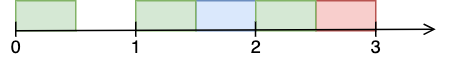
jiayihu/SRT keeps this draw.io diagram as report/images/timeline-flatten.png. Above is the earlier version. Source tidied: cells renumbered, new cells last; positions are measured from the earlier drawing's top-left corner, leaving out a move shared by most shapes. Its diagram source:
```xml
<mxGraphModel>
  <root>
    <mxCell id="0" />
    <mxCell id="1" parent="0" />
    <mxCell id="2" value="1" style="text;html=1;align=center;verticalAlign=middle;" parent="1" vertex="1">
      <mxGeometry x="80" y="20" width="20" height="20" as="geometry" />
    </mxCell>
    <mxCell id="3" value="2" style="text;html=1;align=center;verticalAlign=middle;" parent="1" vertex="1">
      <mxGeometry x="160" y="20" width="20" height="20" as="geometry" />
    </mxCell>
    <mxCell id="4" value="3" style="text;html=1;align=center;verticalAlign=middle;" parent="1" vertex="1">
      <mxGeometry x="240" y="20" width="20" height="20" as="geometry" />
    </mxCell>
    <mxCell id="5" style="whiteSpace=wrap;html=1;fillColor=#f8cecc;strokeColor=#b85450;" parent="1" vertex="1">
      <mxGeometry x="210" width="40" height="20" as="geometry" />
    </mxCell>
    <mxCell id="6" style="whiteSpace=wrap;html=1;fillColor=#dae8fc;strokeColor=#6c8ebf;" parent="1" vertex="1">
      <mxGeometry x="130" width="40" height="20" as="geometry" />
    </mxCell>
    <mxCell id="7" style="whiteSpace=wrap;html=1;fillColor=#d5e8d4;strokeColor=#82b366;" parent="1" vertex="1">
      <mxGeometry x="10" width="40" height="20" as="geometry" />
    </mxCell>
    <mxCell id="8" style="whiteSpace=wrap;html=1;fillColor=#d5e8d4;strokeColor=#82b366;" parent="1" vertex="1">
      <mxGeometry x="90" width="40" height="20" as="geometry" />
    </mxCell>
    <mxCell id="9" style="whiteSpace=wrap;html=1;fillColor=#d5e8d4;strokeColor=#82b366;" parent="1" vertex="1">
      <mxGeometry x="170" width="40" height="20" as="geometry" />
    </mxCell>
    <mxCell id="10" style="endArrow=open;html=1;endFill=0;" parent="1" edge="1">
      <mxGeometry relative="1" as="geometry">
        <mxPoint x="10" y="20" as="sourcePoint" />
        <mxPoint x="290" y="19" as="targetPoint" />
      </mxGeometry>
    </mxCell>
    <mxCell id="11" style="endArrow=none;html=1;strokeColor=#000000;fontSize=10;" parent="1" edge="1">
      <mxGeometry relative="1" as="geometry">
        <mxPoint x="90" y="24" as="sourcePoint" />
        <mxPoint x="90" y="14" as="targetPoint" />
      </mxGeometry>
    </mxCell>
    <mxCell id="12" style="endArrow=none;html=1;strokeColor=#000000;fontSize=10;" parent="1" edge="1">
      <mxGeometry relative="1" as="geometry">
        <mxPoint x="169.8" y="24" as="sourcePoint" />
        <mxPoint x="169.8" y="14" as="targetPoint" />
      </mxGeometry>
    </mxCell>
    <mxCell id="13" style="endArrow=none;html=1;strokeColor=#000000;fontSize=10;" parent="1" edge="1">
      <mxGeometry relative="1" as="geometry">
        <mxPoint x="250" y="24" as="sourcePoint" />
        <mxPoint x="250" y="14" as="targetPoint" />
      </mxGeometry>
    </mxCell>
    <mxCell id="14" style="endArrow=none;html=1;strokeColor=#000000;fontSize=10;" parent="1" edge="1">
      <mxGeometry relative="1" as="geometry">
        <mxPoint x="10" y="24" as="sourcePoint" />
        <mxPoint x="10" y="14" as="targetPoint" />
      </mxGeometry>
    </mxCell>
    <mxCell id="15" value="0" style="text;html=1;align=center;verticalAlign=middle;" parent="1" vertex="1">
      <mxGeometry y="20" width="20" height="20" as="geometry" />
    </mxCell>
  </root>
</mxGraphModel>
```
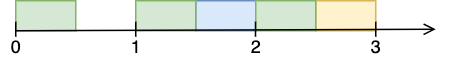
The same file after the commit.

Change to the diagram source:
```diff
@@ -11,7 +11,7 @@
     <mxCell id="4" value="3" style="text;html=1;align=center;verticalAlign=middle;" parent="1" vertex="1">
       <mxGeometry x="240" y="20" width="20" height="20" as="geometry" />
     </mxCell>
-    <mxCell id="5" style="whiteSpace=wrap;html=1;fillColor=#f8cecc;strokeColor=#b85450;" parent="1" vertex="1">
+    <mxCell id="5" style="whiteSpace=wrap;html=1;fillColor=#fff2cc;strokeColor=#d6b656;" parent="1" vertex="1">
       <mxGeometry x="210" width="40" height="20" as="geometry" />
     </mxCell>
     <mxCell id="6" style="whiteSpace=wrap;html=1;fillColor=#dae8fc;strokeColor=#6c8ebf;" parent="1" vertex="1">
```
